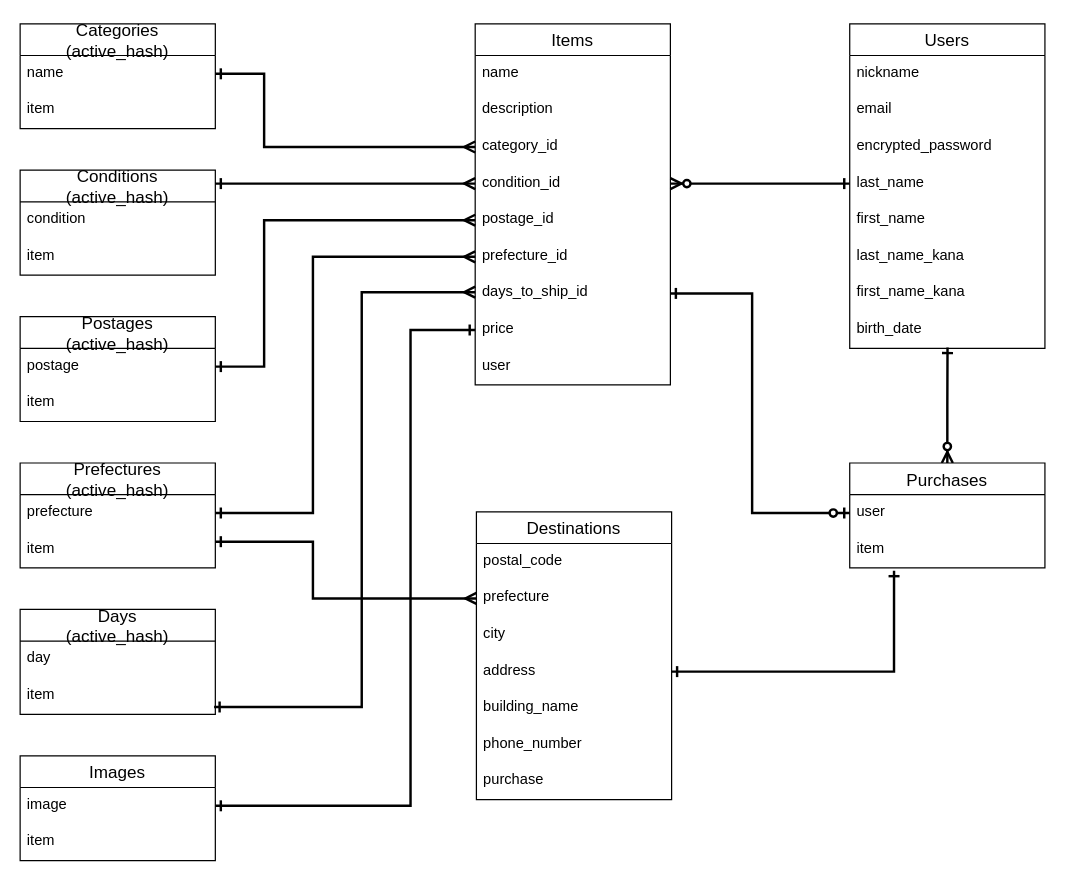
This is entity_relationship.dio from amu1016/furima-36223, a draw.io file, before an edit. Source tidied: cells renumbered, new cells numbered last; positions are measured from the earlier drawing's top-left corner, leaving out a move shared by most shapes. Both pictures are drawn from the tidied source at 122%, with x=0, y=0 at pixel (20, 23).
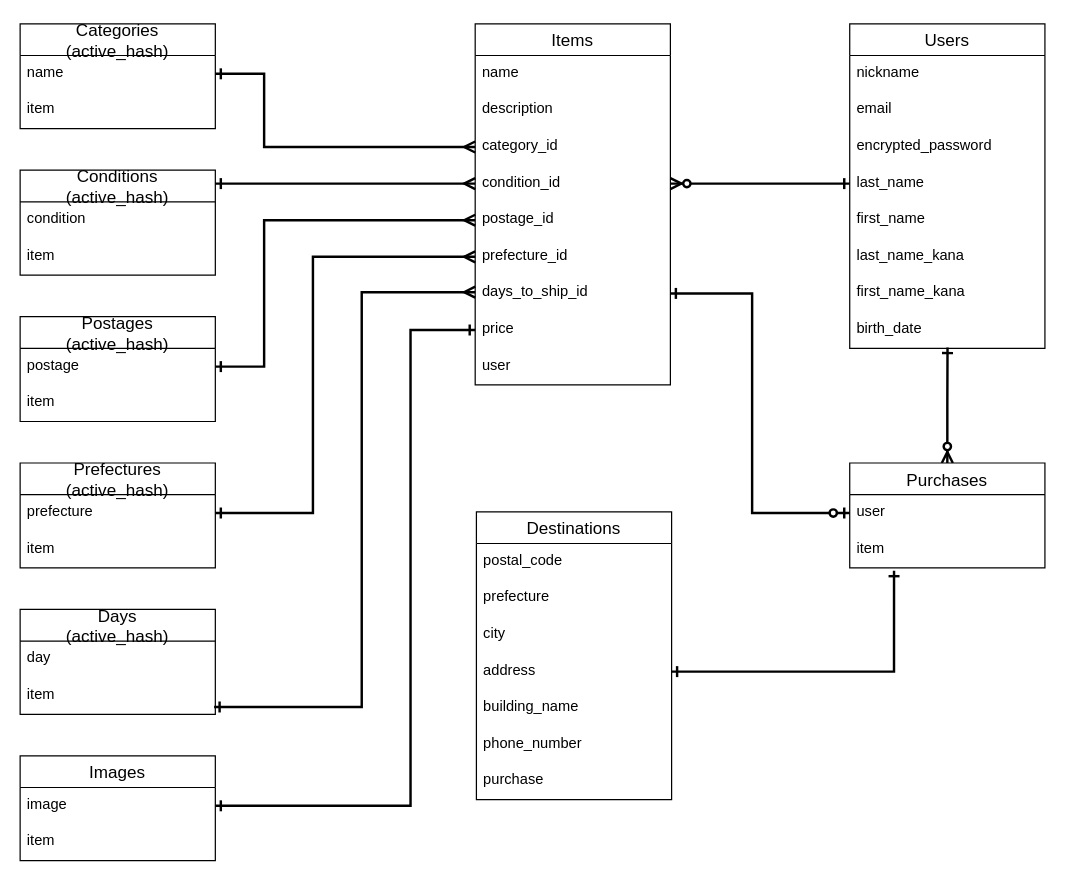
The same page after the edit.

The change refers to these unchanged cells:
```xml
<mxCell id="25" value="prefecture" style="text;strokeColor=none;fillColor=none;spacingLeft=4;spacingRight=4;overflow=hidden;points=[[0,0.5],[1,0.5]];portConstraint=eastwest;fontSize=12;" parent="23" vertex="1">
  <mxGeometry y="56" width="160" height="30" as="geometry" />
</mxCell>
<mxCell id="53" value="Prefectures&#10;(active_hash)" style="swimlane;fontStyle=0;horizontal=1;startSize=26;align=center;fontSize=14;" parent="1" vertex="1">
  <mxGeometry y="360" width="160" height="86" as="geometry" />
</mxCell>
```

What changed in the source:
```diff
@@
-    <mxCell id="60" style="edgeStyle=orthogonalEdgeStyle;rounded=0;jettySize=auto;html=1;exitX=0;exitY=0.5;exitDx=0;exitDy=0;entryX=1;entryY=0.75;entryDx=0;entryDy=0;startArrow=ERmany;startFill=0;endArrow=ERone;endFill=0;strokeWidth=2;" parent="1" edge="1" source="25" target="53">
-      <mxGeometry relative="1" as="geometry">
-        <Array as="points">
-          <mxPoint x="240" y="471" />
-          <mxPoint x="240" y="425" />
-        </Array>
-      </mxGeometry>
-    </mxCell>
```
